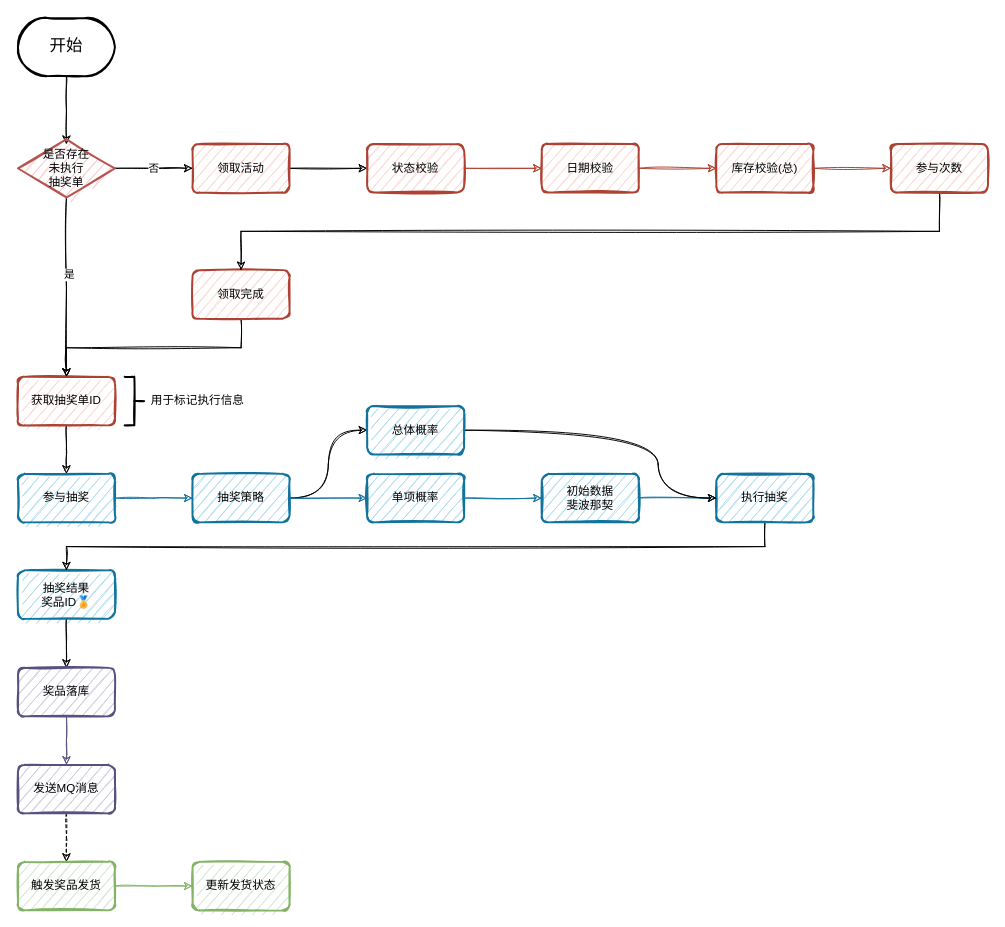
Above: doc/assets/visio/抽奖系统.drawio in mudexuyan/lottery (draw.io), before the change. Source tidied: cells renumbered, new cells numbered last; positions are measured from the earlier drawing's top-left corner, leaving out a move shared by most shapes. Both pictures are drawn from the tidied source at 97%, with x=0, y=0 at pixel (17, 17).
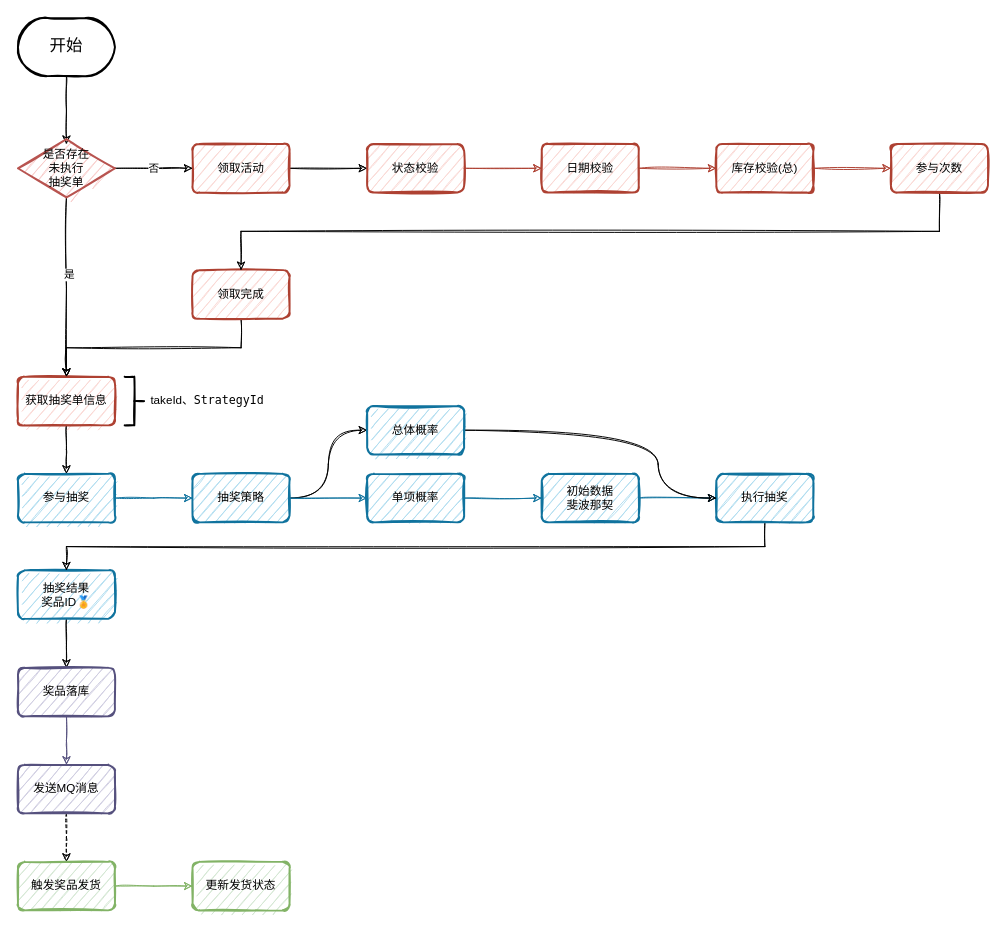
After the change.

Change to the diagram source:
```diff
@@
-    <mxCell id="9" value="获取抽奖单ID" style="rounded=1;whiteSpace=wrap;html=1;absoluteArcSize=1;arcSize=14;strokeWidth=2;sketch=1;fillColor=#fad9d5;strokeColor=#ae4132;" parent="1" vertex="1">
+    <mxCell id="9" value="获取抽奖单信息" style="rounded=1;whiteSpace=wrap;html=1;absoluteArcSize=1;arcSize=14;strokeWidth=2;sketch=1;fillColor=#fad9d5;strokeColor=#ae4132;" parent="1" vertex="1">
       <mxGeometry y="370" width="100" height="50" as="geometry" />
     </mxCell>
@@
-    <mxCell id="41" value="用于标记执行信息" style="text;html=1;align=center;verticalAlign=middle;" parent="1" vertex="1">
-      <mxGeometry x="130" y="385" width="110" height="20" as="geometry" />
+    <mxCell id="41" value="&lt;span&gt;takeId、&lt;/span&gt;&lt;span style=&quot;font-size: 9pt ; background-color: rgb(255 , 255 , 255) ; font-family: &amp;#34;menlo&amp;#34;&quot;&gt;StrategyId&lt;/span&gt;" style="text;html=1;align=center;verticalAlign=middle;" parent="1" vertex="1">
+      <mxGeometry x="130" y="385" width="130" height="20" as="geometry" />
     </mxCell>
```
